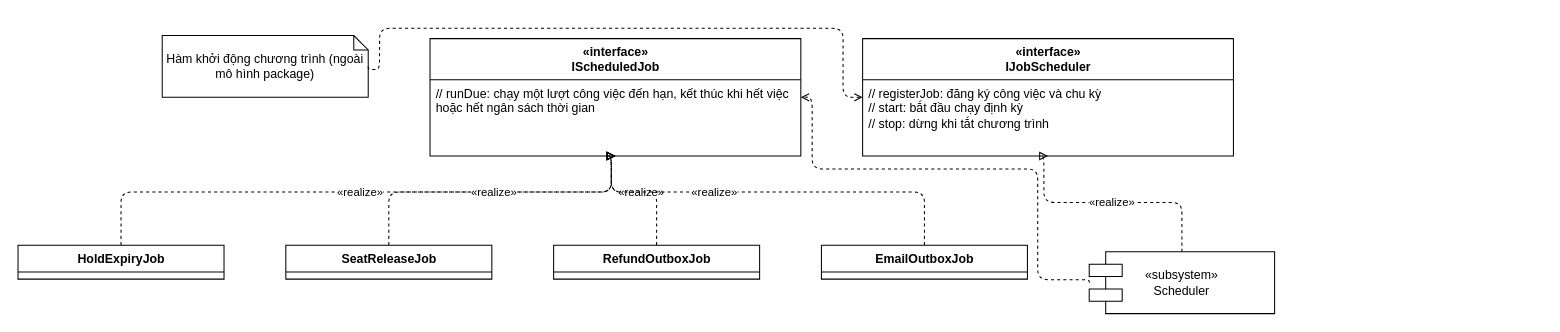
Above: page "P10-subsystem-context-SS-04" (4 of 5) of design/diagrams/P10-subsystem-context.drawio in luytbq/app-dat-ve-xem-phim (draw.io), before the change. Source tidied: cells renumbered, new cells numbered last; positions are measured from the earlier drawing's top-left corner, leaving out a move shared by most shapes. Both pictures are drawn from the tidied source at 103%, with x=0, y=0 at pixel (18, 28).
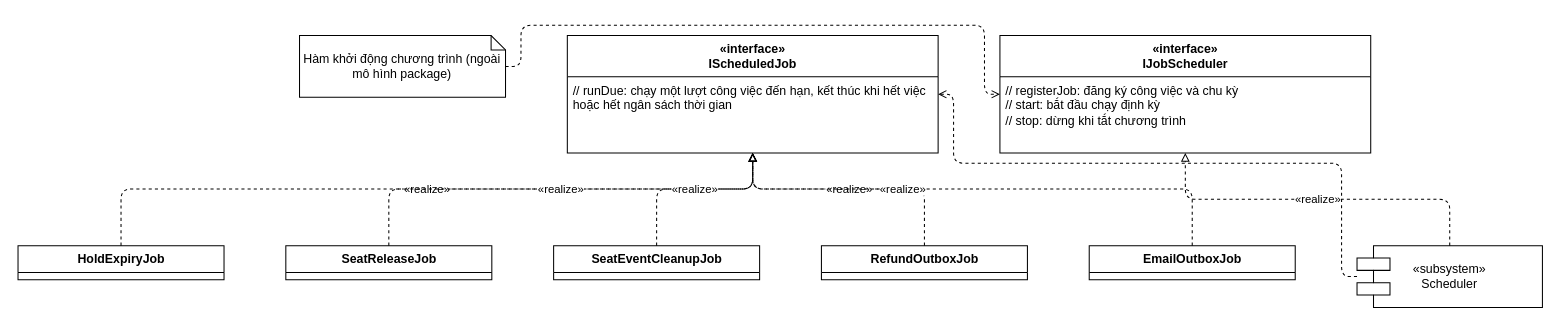
Above is the later version.

Change to the diagram source:
```diff
@@
     <mxCell id="2" value="HoldExpiryJob" style="swimlane;fontStyle=1;align=center;horizontal=1;startSize=26;html=1;" parent="1" vertex="1">
-      <mxGeometry y="210.5" width="200" height="33" as="geometry" />
+      <mxGeometry y="211" width="200" height="33" as="geometry" />
     </mxCell>
     <mxCell id="3" value="SeatReleaseJob" style="swimlane;fontStyle=1;align=center;horizontal=1;startSize=26;html=1;" parent="1" vertex="1">
-      <mxGeometry x="260" y="210.5" width="200" height="33" as="geometry" />
+      <mxGeometry x="260" y="211" width="200" height="33" as="geometry" />
     </mxCell>
     <mxCell id="4" value="RefundOutboxJob" style="swimlane;fontStyle=1;align=center;horizontal=1;startSize=26;html=1;" parent="1" vertex="1">
-      <mxGeometry x="520" y="210.5" width="200" height="33" as="geometry" />
+      <mxGeometry x="780" y="211" width="200" height="33" as="geometry" />
     </mxCell>
     <mxCell id="5" value="EmailOutboxJob" style="swimlane;fontStyle=1;align=center;horizontal=1;startSize=26;html=1;" parent="1" vertex="1">
-      <mxGeometry x="780" y="210.5" width="200" height="33" as="geometry" />
+      <mxGeometry x="1040" y="211" width="200" height="33" as="geometry" />
     </mxCell>
     <mxCell id="6" value="Hàm khởi động chương trình (ngoài mô hình package)" style="shape=note;whiteSpace=wrap;html=1;size=14;" parent="1" vertex="1">
-      <mxGeometry x="140" y="7" width="200" height="60" as="geometry" />
+      <mxGeometry x="273.3" y="7" width="200" height="60" as="geometry" />
     </mxCell>
     <mxCell id="7" value="«interface»&lt;br&gt;IScheduledJob" style="swimlane;fontStyle=1;align=center;horizontal=1;startSize=40;html=1;" parent="1" vertex="1">
-      <mxGeometry x="400" y="10" width="360" height="114" as="geometry" />
+      <mxGeometry x="533.3" y="7" width="360" height="114" as="geometry" />
     </mxCell>
@@
     <mxCell id="9" value="«interface»&lt;br&gt;IJobScheduler" style="swimlane;fontStyle=1;align=center;horizontal=1;startSize=40;html=1;" parent="1" vertex="1">
-      <mxGeometry x="820" y="10" width="360" height="114" as="geometry" />
+      <mxGeometry x="953.3" y="7" width="360" height="114" as="geometry" />
     </mxCell>
@@
     <mxCell id="11" value="«subsystem»&lt;br&gt;Scheduler" style="shape=component;whiteSpace=wrap;html=1;" parent="1" vertex="1">
-      <mxGeometry x="1040" y="217" width="180" height="60" as="geometry" />
+      <mxGeometry x="1300" y="211" width="180" height="60" as="geometry" />
     </mxCell>
     <mxCell id="12" value="«realize»" style="edgeStyle=orthogonalEdgeStyle;endArrow=block;endFill=0;dashed=1;html=1;exitX=0.5;exitY=0;exitDx=0;exitDy=0;entryX=0.5;entryY=1;entryDx=0;entryDy=0;" parent="1" edge="1" source="11" target="9">
       <mxGeometry relative="1" as="geometry">
         <Array as="points">
-          <mxPoint x="1130" y="169" />
-          <mxPoint x="996" y="169" />
+          <mxPoint x="1390" y="166" />
+          <mxPoint x="1133.3" y="166" />
         </Array>
       </mxGeometry>
     </mxCell>
     <mxCell id="13" style="edgeStyle=orthogonalEdgeStyle;endArrow=open;dashed=1;html=1;exitX=0;exitY=0.5;exitDx=0;exitDy=0;entryX=1;entryY=0.5;entryDx=0;entryDy=0;" parent="1" edge="1" source="11" target="7">
       <mxGeometry relative="1" as="geometry">
         <Array as="points">
-          <mxPoint x="990" y="244" />
-          <mxPoint x="990" y="136.5" />
-          <mxPoint x="771" y="136.5" />
-          <mxPoint x="771" y="67" />
+          <mxPoint x="1285" y="241" />
+          <mxPoint x="1285" y="131" />
+          <mxPoint x="908.3" y="131" />
+          <mxPoint x="908.3" y="64" />
         </Array>
       </mxGeometry>
     </mxCell>
     <mxCell id="14" value="«realize»" style="edgeStyle=orthogonalEdgeStyle;endArrow=block;endFill=0;dashed=1;html=1;exitX=0.5;exitY=0;exitDx=0;exitDy=0;entryX=0.5;entryY=1;entryDx=0;entryDy=0;" parent="1" edge="1" source="2" target="7">
       <mxGeometry relative="1" as="geometry">
         <Array as="points">
-          <mxPoint x="100" y="159" />
-          <mxPoint x="576" y="159" />
+          <mxPoint x="100" y="156" />
+          <mxPoint x="713.3" y="156" />
         </Array>
       </mxGeometry>
     </mxCell>
     <mxCell id="15" value="«realize»" style="edgeStyle=orthogonalEdgeStyle;endArrow=block;endFill=0;dashed=1;html=1;exitX=0.5;exitY=0;exitDx=0;exitDy=0;entryX=0.5;entryY=1;entryDx=0;entryDy=0;" parent="1" edge="1" source="3" target="7">
       <mxGeometry relative="1" as="geometry">
         <Array as="points">
-          <mxPoint x="360" y="159" />
-          <mxPoint x="576" y="159" />
+          <mxPoint x="360" y="156" />
+          <mxPoint x="713.3" y="156" />
         </Array>
       </mxGeometry>
     </mxCell>
     <mxCell id="16" value="«realize»" style="edgeStyle=orthogonalEdgeStyle;endArrow=block;endFill=0;dashed=1;html=1;exitX=0.5;exitY=0;exitDx=0;exitDy=0;entryX=0.5;entryY=1;entryDx=0;entryDy=0;" parent="1" edge="1" source="4" target="7">
       <mxGeometry relative="1" as="geometry">
         <Array as="points">
-          <mxPoint x="620" y="159" />
-          <mxPoint x="576" y="159" />
+          <mxPoint x="880" y="156" />
+          <mxPoint x="713.3" y="156" />
         </Array>
       </mxGeometry>
     </mxCell>
     <mxCell id="17" value="«realize»" style="edgeStyle=orthogonalEdgeStyle;endArrow=block;endFill=0;dashed=1;html=1;exitX=0.5;exitY=0;exitDx=0;exitDy=0;entryX=0.5;entryY=1;entryDx=0;entryDy=0;" parent="1" edge="1" source="5" target="7">
       <mxGeometry x="0.3" relative="1" as="geometry">
         <Array as="points">
-          <mxPoint x="880" y="159" />
-          <mxPoint x="576" y="159" />
+          <mxPoint x="1140" y="156" />
+          <mxPoint x="713.3" y="156" />
         </Array>
       </mxGeometry>
     </mxCell>
     <mxCell id="18" style="edgeStyle=orthogonalEdgeStyle;endArrow=open;dashed=1;html=1;exitX=1;exitY=0.5;exitDx=0;exitDy=0;entryX=0;entryY=0.5;entryDx=0;entryDy=0;" parent="1" edge="1" source="6" target="9">
       <mxGeometry relative="1" as="geometry">
         <Array as="points">
-          <mxPoint x="351" y="40" />
-          <mxPoint x="351" />
-          <mxPoint x="801" />
-          <mxPoint x="801" y="67" />
+          <mxPoint x="488.3" y="37" />
+          <mxPoint x="488.3" y="-3" />
+          <mxPoint x="938.3" y="-3" />
+          <mxPoint x="938.3" y="64" />
         </Array>
       </mxGeometry>
     </mxCell>
+    <mxCell id="19" value="SeatEventCleanupJob" style="swimlane;fontStyle=1;align=center;horizontal=1;startSize=26;html=1;" parent="1" vertex="1">
+      <mxGeometry x="520" y="211" width="200" height="33" as="geometry" />
+    </mxCell>
+    <mxCell id="20" value="«realize»" style="edgeStyle=orthogonalEdgeStyle;endArrow=block;endFill=0;dashed=1;html=1;exitX=0.5;exitY=0;exitDx=0;exitDy=0;entryX=0.5;entryY=1;entryDx=0;entryDy=0;" parent="1" edge="1" source="19" target="7">
+      <mxGeometry relative="1" as="geometry">
+        <Array as="points">
+          <mxPoint x="620" y="156" />
+          <mxPoint x="713.3" y="156" />
+        </Array>
+      </mxGeometry>
+    </mxCell>
```
